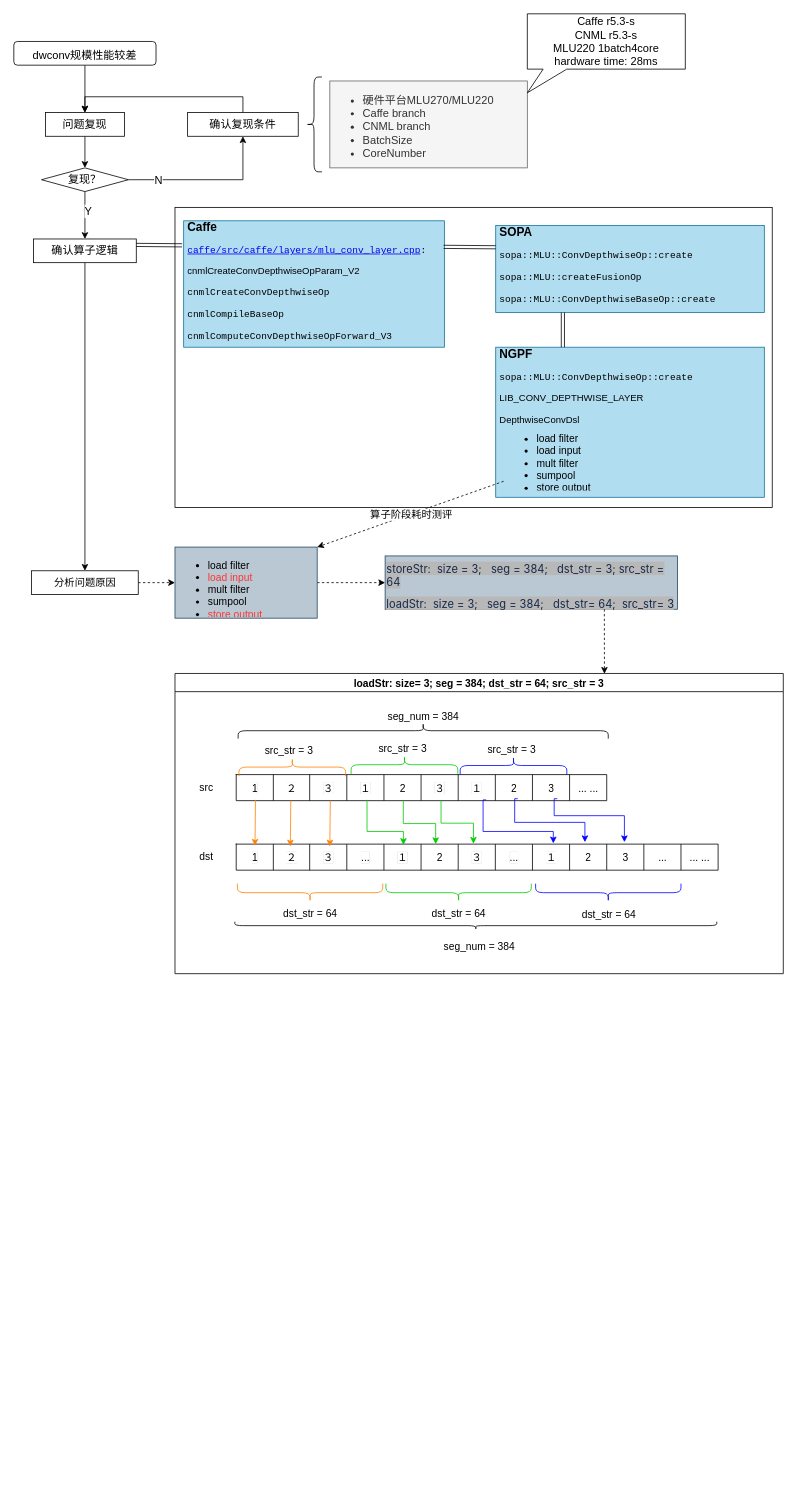
Above: dw1157.drawio in GuoZhiBin2014/algorithm (draw.io), before the change. Source tidied: cells renumbered, new cells numbered last; positions are measured from the earlier drawing's top-left corner, leaving out a move shared by most shapes. Both pictures are drawn from the tidied source at 79%, with x=0, y=0 at pixel (13, 13).
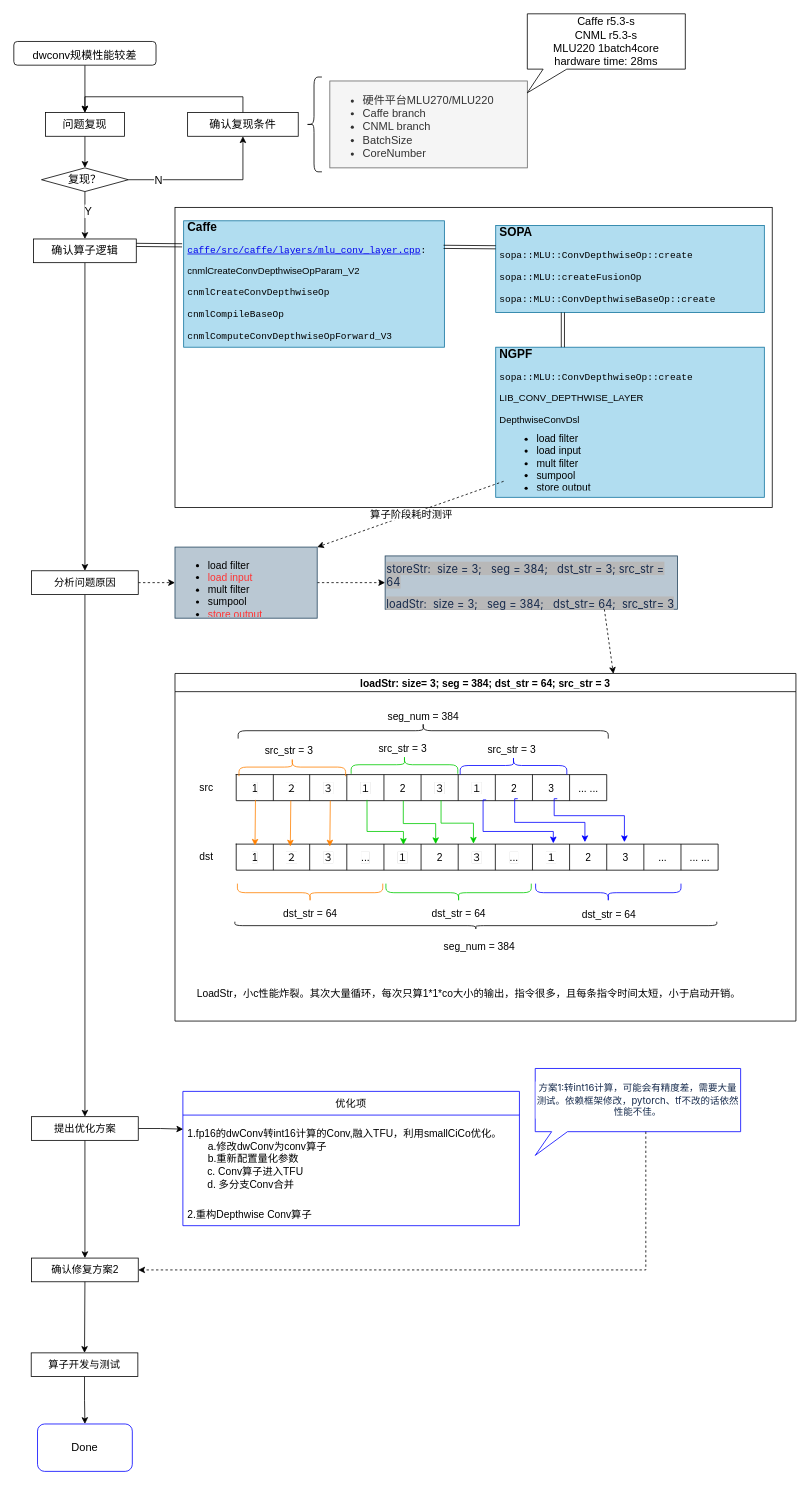
After the change.

Unchanged cells that the change refers to:
```xml
<mxCell id="27" value="分析问题原因" style="rounded=0;whiteSpace=wrap;html=1;fontSize=13;" parent="1" vertex="1">
  <mxGeometry x="22.5" y="705" width="135" height="30" as="geometry" />
</mxCell>
```

Change to the diagram source:
```diff
@@
+    <mxCell id="92" style="edgeStyle=orthogonalEdgeStyle;rounded=0;jettySize=auto;html=1;exitX=0.5;exitY=1;exitDx=0;exitDy=0;strokeColor=#000000;fontSize=13;fontColor=#000000;" parent="1" edge="1" source="27" target="96">
+      <mxGeometry relative="1" as="geometry" />
+    </mxCell>
@@
     <mxCell id="33" value="loadStr: size= 3; seg = 384; dst_str = 64; src_str = 3" style="swimlane;labelBackgroundColor=#FFFFFF;fontSize=13;fontColor=#000000;" parent="1" vertex="1">
-      <mxGeometry x="204" y="835" width="770" height="380" as="geometry" />
+      <mxGeometry x="204" y="835" width="786" height="440" as="geometry" />
     </mxCell>
@@
+    <mxCell id="93" value="&lt;div&gt;LoadStr，小c性能炸裂。&lt;span style=&quot;background-color: initial;&quot;&gt;其次大量循环，每次只算1*1*co大小的输出，指令很多，且每条指令时间太短，小于启动开销。&lt;/span&gt;&lt;/div&gt;" style="text;html=1;align=left;verticalAlign=middle;strokeColor=none;fillColor=none;fontSize=13;fontColor=#000000;" parent="33" vertex="1">
+      <mxGeometry x="25.8" y="390" width="710" height="30" as="geometry" />
+    </mxCell>
@@
+    <mxCell id="94" style="edgeStyle=orthogonalEdgeStyle;rounded=0;jettySize=auto;html=1;exitX=1;exitY=0.5;exitDx=0;exitDy=0;entryX=0.001;entryY=0.162;entryDx=0;entryDy=0;entryPerimeter=0;strokeColor=#000000;fontSize=13;fontColor=#000000;" parent="1" edge="1" source="96" target="98">
+      <mxGeometry relative="1" as="geometry" />
+    </mxCell>
+    <mxCell id="95" style="edgeStyle=orthogonalEdgeStyle;rounded=0;jettySize=auto;html=1;exitX=0.5;exitY=1;exitDx=0;exitDy=0;strokeColor=#000000;fontSize=13;fontColor=#000000;entryX=0.5;entryY=0;entryDx=0;entryDy=0;" parent="1" edge="1" source="96" target="100">
+      <mxGeometry relative="1" as="geometry" />
+    </mxCell>
+    <mxCell id="96" value="提出优化方案" style="rounded=0;whiteSpace=wrap;html=1;fontSize=13;" parent="1" vertex="1">
+      <mxGeometry x="22.5" y="1396" width="135" height="30" as="geometry" />
+    </mxCell>
+    <mxCell id="97" value="优化项" style="swimlane;fontStyle=0;horizontal=1;startSize=30;labelBackgroundColor=#FFFFFF;strokeColor=#0000FF;fontSize=13;fontColor=#000000;" parent="1" vertex="1">
+      <mxGeometry x="214" y="1364" width="426" height="170" as="geometry" />
+    </mxCell>
+    <mxCell id="98" value="1.fp16的dwConv转int16计算的Conv,融入TFU，利用smallCiCo优化。&#10;　　a.修改dwConv为conv算子&#10;　　b.重新配置量化参数&#10;       c. Conv算子进入TFU&#10;       d. 多分支Conv合并" style="text;strokeColor=none;fillColor=none;align=left;verticalAlign=middle;spacingLeft=4;spacingRight=4;overflow=hidden;points=[[0,0.5],[1,0.5]];portConstraint=eastwest;labelBackgroundColor=#FFFFFF;fontSize=13;fontColor=#000000;" parent="97" vertex="1">
+      <mxGeometry y="30" width="426" height="110" as="geometry" />
+    </mxCell>
+    <mxCell id="99" value="2.重构Depthwise Conv算子" style="text;strokeColor=none;fillColor=none;align=left;verticalAlign=middle;spacingLeft=4;spacingRight=4;overflow=hidden;labelBackgroundColor=#FFFFFF;fontSize=13;fontColor=#000000;fontStyle=0;" parent="97" vertex="1">
+      <mxGeometry y="140" width="426" height="30" as="geometry" />
+    </mxCell>
+    <mxCell id="100" value="确认修复方案2" style="rounded=0;whiteSpace=wrap;html=1;fontSize=13;" parent="1" vertex="1">
+      <mxGeometry x="22.5" y="1575" width="135" height="30" as="geometry" />
+    </mxCell>
+    <mxCell id="101" value="&lt;span style=&quot;color: rgb(23, 43, 77); font-family: -apple-system, BlinkMacSystemFont, &amp;quot;Segoe UI&amp;quot;, Roboto, Oxygen, Ubuntu, &amp;quot;Fira Sans&amp;quot;, &amp;quot;Droid Sans&amp;quot;, &amp;quot;Helvetica Neue&amp;quot;, sans-serif; text-align: start;&quot;&gt;&lt;font style=&quot;font-size: 12px;&quot;&gt;方案1:转int16计算，可能会有精度差，需要大量测试。依赖框架修改，pytorch、tf不改的话依然性能不佳。&lt;/font&gt;&lt;/span&gt;" style="shape=callout;whiteSpace=wrap;html=1;perimeter=calloutPerimeter;labelBackgroundColor=#FFFFFF;strokeColor=#0000FF;fontSize=13;fontColor=#000000;size=30;position=0.08;position2=0;" parent="1" vertex="1">
+      <mxGeometry x="660" y="1335" width="260" height="110" as="geometry" />
+    </mxCell>
+    <mxCell id="102" style="edgeStyle=orthogonalEdgeStyle;rounded=0;jettySize=auto;html=1;strokeColor=#000000;fontFamily=Helvetica;fontSize=14;fontColor=#000000;" parent="1" edge="1" source="103" target="106">
+      <mxGeometry relative="1" as="geometry" />
+    </mxCell>
+    <mxCell id="103" value="算子开发与测试" style="rounded=0;whiteSpace=wrap;html=1;fontSize=13;" parent="1" vertex="1">
+      <mxGeometry x="22" y="1695" width="135" height="30" as="geometry" />
+    </mxCell>
+    <mxCell id="104" style="endArrow=classic;html=1;rounded=0;strokeColor=#000000;fontSize=12;fontColor=#000000;exitX=0.5;exitY=1;exitDx=0;exitDy=0;entryX=0.5;entryY=0;entryDx=0;entryDy=0;" parent="1" edge="1" source="100" target="103">
+      <mxGeometry relative="1" as="geometry" />
+    </mxCell>
+    <mxCell id="105" style="endArrow=classic;html=1;rounded=0;dashed=1;strokeColor=#000000;fontSize=12;fontColor=#000000;entryX=1;entryY=0.5;entryDx=0;entryDy=0;edgeStyle=orthogonalEdgeStyle;" parent="1" edge="1" source="101" target="100">
+      <mxGeometry relative="1" as="geometry">
+        <Array as="points">
+          <mxPoint x="800" y="1590" />
+        </Array>
+      </mxGeometry>
+    </mxCell>
+    <mxCell id="106" value="Done" style="rounded=1;whiteSpace=wrap;html=1;labelBackgroundColor=#FFFFFF;strokeColor=#0000FF;fontFamily=Helvetica;fontSize=14;fontColor=#000000;" parent="1" vertex="1">
+      <mxGeometry x="30" y="1785" width="120" height="60" as="geometry" />
+    </mxCell>
```
